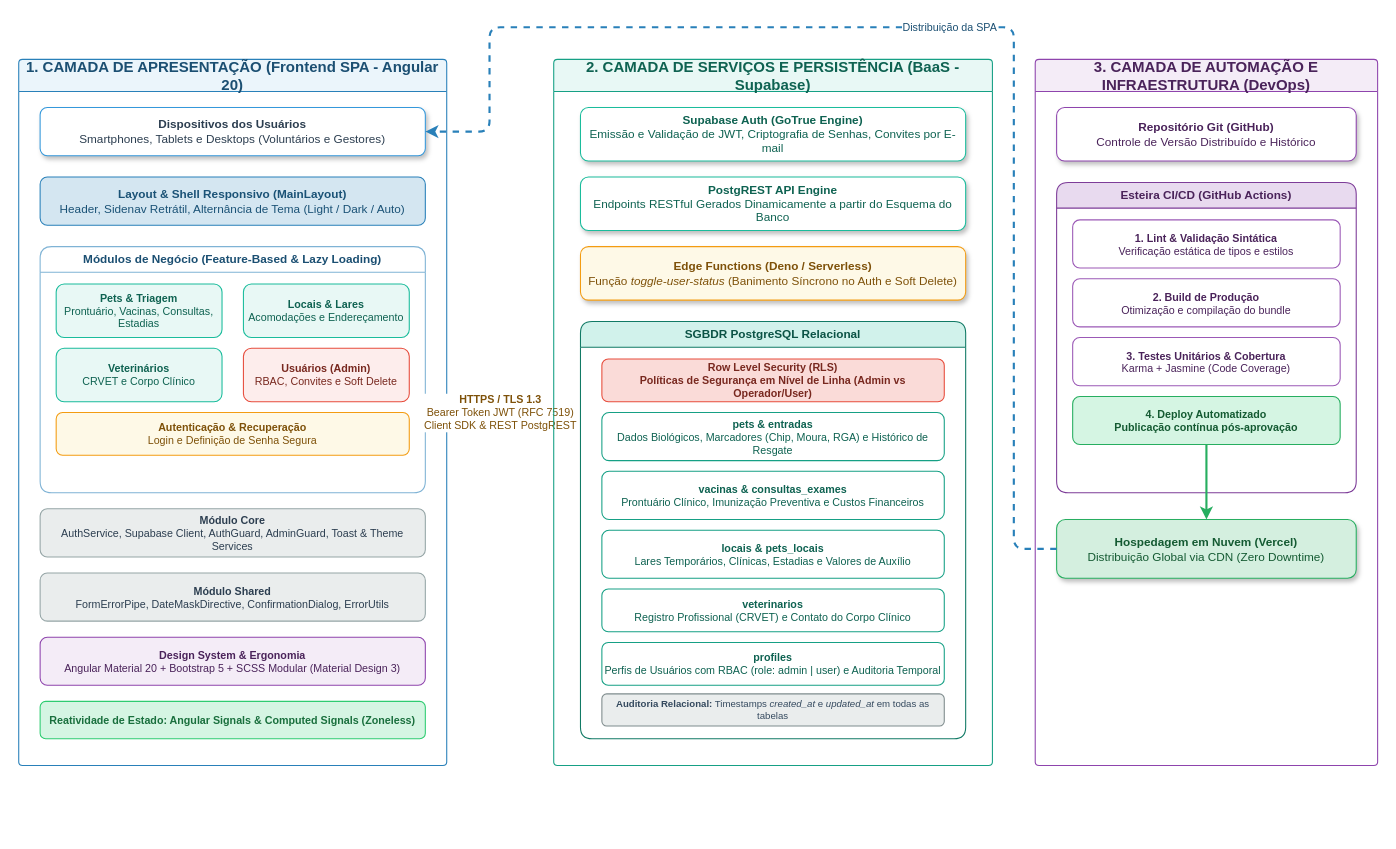
Earlier version of the draw.io diagram docs/Arquitetura do sistema.drawio (brunnokerber/frontend-tcc). Source tidied: cells renumbered, new cells numbered last; positions are measured from the earlier drawing's top-left corner, leaving out a move shared by most shapes. Both pictures are drawn from the tidied source at 107%, with x=0, y=0 at pixel (18, 27).
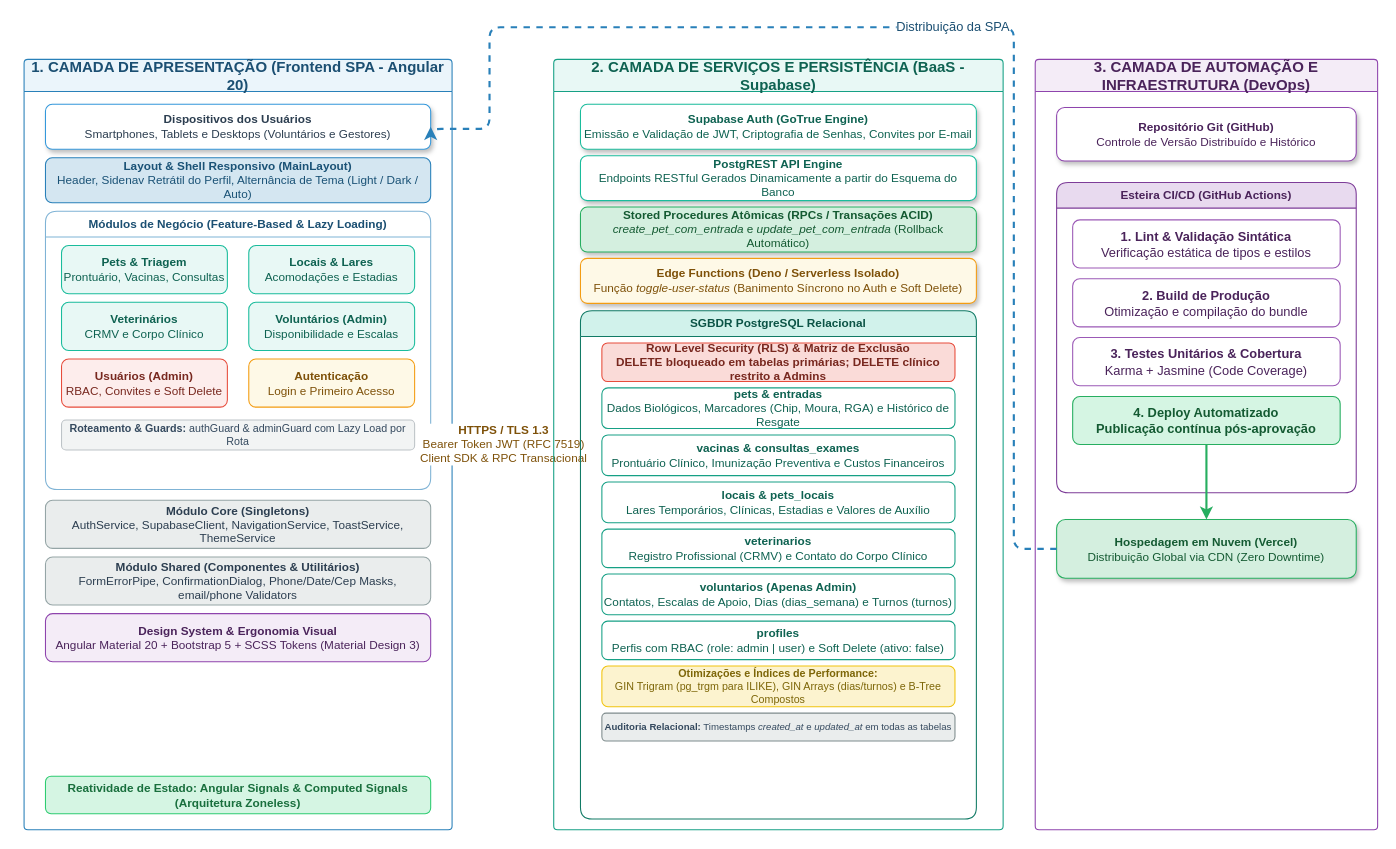
Above is the later version.

The change refers to these unchanged cells:
```xml
<mxCell id="30" value="Esteira CI/CD (GitHub Actions)" style="swimlane;whiteSpace=wrap;html=1;fillColor=#E8DAEF;strokeColor=#7D3C98;fontSize=11;fontStyle=1;fontColor=#4A235A;startSize=24;rounded=1;" parent="28" vertex="1">
  <mxGeometry x="20" y="115" width="280" height="290" as="geometry" />
</mxCell>
<mxCell id="35" value="&lt;b&gt;Hospedagem em Nuvem (Vercel)&lt;/b&gt;&lt;br&gt;Distribuição Global via CDN (Zero Downtime)" style="rounded=1;whiteSpace=wrap;html=1;fillColor=#D4EFDF;strokeColor=#27AE60;fontSize=11;fontColor=#145A32;shadow=1;" parent="28" vertex="1">
  <mxGeometry x="20" y="430" width="280" height="55" as="geometry" />
</mxCell>
```

Diff of the diagram source:
```diff
@@
     <mxCell id="2" value="1. CAMADA DE APRESENTAÇÃO (Frontend SPA - Angular 20)" style="swimlane;whiteSpace=wrap;html=1;fillColor=#EBF5FB;strokeColor=#2980B9;fontSize=14;fontStyle=1;fontColor=#1B4F72;startSize=30;rounded=1;arcSize=4;" parent="1" vertex="1">
-      <mxGeometry y="30" width="400" height="660" as="geometry" />
+      <mxGeometry x="5" y="30" width="400" height="720" as="geometry" />
     </mxCell>
     <mxCell id="3" value="&lt;b&gt;Dispositivos dos Usuários&lt;/b&gt;&lt;br&gt;Smartphones, Tablets e Desktops (Voluntários e Gestores)" style="rounded=1;whiteSpace=wrap;html=1;fillColor=#FFFFFF;strokeColor=#3498DB;fontColor=#2C3E50;fontSize=11;shadow=1;" parent="2" vertex="1">
-      <mxGeometry x="20" y="45" width="360" height="45" as="geometry" />
+      <mxGeometry x="20" y="42" width="360" height="42" as="geometry" />
     </mxCell>
-    <mxCell id="4" value="&lt;b&gt;Layout &amp;amp; Shell Responsivo (MainLayout)&lt;/b&gt;&lt;br&gt;Header, Sidenav Retrátil, Alternância de Tema (Light / Dark / Auto)" style="rounded=1;whiteSpace=wrap;html=1;fillColor=#D4E6F1;strokeColor=#2980B9;fontColor=#1A5276;fontSize=11;" parent="2" vertex="1">
-      <mxGeometry x="20" y="110" width="360" height="45" as="geometry" />
+    <mxCell id="4" value="&lt;b&gt;Layout &amp;amp; Shell Responsivo (MainLayout)&lt;/b&gt;&lt;br&gt;Header, Sidenav Retrátil do Perfil, Alternância de Tema (Light / Dark / Auto)" style="rounded=1;whiteSpace=wrap;html=1;fillColor=#D4E6F1;strokeColor=#2980B9;fontColor=#1A5276;fontSize=11;" parent="2" vertex="1">
+      <mxGeometry x="20" y="92" width="360" height="42" as="geometry" />
     </mxCell>
     <mxCell id="5" value="Módulos de Negócio (Feature-Based &amp;amp; Lazy Loading)" style="swimlane;whiteSpace=wrap;html=1;fillColor=#FFFFFF;strokeColor=#7FB3D5;fontSize=11;fontStyle=1;fontColor=#1B4F72;startSize=24;rounded=1;" parent="2" vertex="1">
-      <mxGeometry x="20" y="175" width="360" height="230" as="geometry" />
+      <mxGeometry x="20" y="142" width="360" height="260" as="geometry" />
     </mxCell>
-    <mxCell id="6" value="&lt;b&gt;Pets &amp;amp; Triagem&lt;/b&gt;&lt;br&gt;Prontuário, Vacinas, Consultas, Estadias" style="rounded=1;whiteSpace=wrap;html=1;fillColor=#E8F8F5;strokeColor=#1ABC9C;fontSize=10;fontColor=#0E6251;" parent="5" vertex="1">
-      <mxGeometry x="15" y="35" width="155" height="50" as="geometry" />
+    <mxCell id="6" value="&lt;b&gt;Pets &amp;amp; Triagem&lt;/b&gt;&lt;br&gt;Prontuário, Vacinas, Consultas" style="rounded=1;whiteSpace=wrap;html=1;fillColor=#E8F8F5;strokeColor=#1ABC9C;fontSize=11;fontColor=#0E6251;" parent="5" vertex="1">
+      <mxGeometry x="15" y="32" width="155" height="45" as="geometry" />
     </mxCell>
-    <mxCell id="7" value="&lt;b&gt;Locais &amp;amp; Lares&lt;/b&gt;&lt;br&gt;Acomodações e Endereçamento" style="rounded=1;whiteSpace=wrap;html=1;fillColor=#E8F8F5;strokeColor=#1ABC9C;fontSize=10;fontColor=#0E6251;" parent="5" vertex="1">
-      <mxGeometry x="190" y="35" width="155" height="50" as="geometry" />
+    <mxCell id="7" value="&lt;b&gt;Locais &amp;amp; Lares&lt;/b&gt;&lt;br&gt;Acomodações e Estadias" style="rounded=1;whiteSpace=wrap;html=1;fillColor=#E8F8F5;strokeColor=#1ABC9C;fontSize=11;fontColor=#0E6251;" parent="5" vertex="1">
+      <mxGeometry x="190" y="32" width="155" height="45" as="geometry" />
     </mxCell>
-    <mxCell id="8" value="&lt;b&gt;Veterinários&lt;/b&gt;&lt;br&gt;CRVET e Corpo Clínico" style="rounded=1;whiteSpace=wrap;html=1;fillColor=#E8F8F5;strokeColor=#1ABC9C;fontSize=10;fontColor=#0E6251;" parent="5" vertex="1">
-      <mxGeometry x="15" y="95" width="155" height="50" as="geometry" />
+    <mxCell id="8" value="&lt;b&gt;Veterinários&lt;/b&gt;&lt;br&gt;CRMV e Corpo Clínico" style="rounded=1;whiteSpace=wrap;html=1;fillColor=#E8F8F5;strokeColor=#1ABC9C;fontSize=11;fontColor=#0E6251;" parent="5" vertex="1">
+      <mxGeometry x="15" y="85" width="155" height="45" as="geometry" />
     </mxCell>
+    <mxCell id="38" value="&lt;b&gt;Voluntários (Admin)&lt;/b&gt;&lt;br&gt;Disponibilidade e Escalas" style="rounded=1;whiteSpace=wrap;html=1;fillColor=#E8F8F5;strokeColor=#1ABC9C;fontSize=11;fontColor=#0E6251;" parent="5" vertex="1">
+      <mxGeometry x="190" y="85" width="155" height="45" as="geometry" />
+    </mxCell>
-    <mxCell id="9" value="&lt;b&gt;Usuários (Admin)&lt;/b&gt;&lt;br&gt;RBAC, Convites e Soft Delete" style="rounded=1;whiteSpace=wrap;html=1;fillColor=#FDEDEC;strokeColor=#E74C3C;fontSize=10;fontColor=#78281F;" parent="5" vertex="1">
-      <mxGeometry x="190" y="95" width="155" height="50" as="geometry" />
+    <mxCell id="9" value="&lt;b&gt;Usuários (Admin)&lt;/b&gt;&lt;br&gt;RBAC, Convites e Soft Delete" style="rounded=1;whiteSpace=wrap;html=1;fillColor=#FDEDEC;strokeColor=#E74C3C;fontSize=11;fontColor=#78281F;" parent="5" vertex="1">
+      <mxGeometry x="15" y="138" width="155" height="45" as="geometry" />
     </mxCell>
-    <mxCell id="10" value="&lt;b&gt;Autenticação &amp;amp; Recuperação&lt;/b&gt;&lt;br&gt;Login e Definição de Senha Segura" style="rounded=1;whiteSpace=wrap;html=1;fillColor=#FEF9E7;strokeColor=#F39C12;fontSize=10;fontColor=#7E5109;" parent="5" vertex="1">
-      <mxGeometry x="15" y="155" width="330" height="40" as="geometry" />
+    <mxCell id="10" value="&lt;b&gt;Autenticação&lt;/b&gt;&lt;br&gt;Login e Primeiro Acesso" style="rounded=1;whiteSpace=wrap;html=1;fillColor=#FEF9E7;strokeColor=#F39C12;fontSize=11;fontColor=#7E5109;" parent="5" vertex="1">
+      <mxGeometry x="190" y="138" width="155" height="45" as="geometry" />
     </mxCell>
+    <mxCell id="39" value="&lt;b&gt;Roteamento &amp;amp; Guards:&lt;/b&gt; authGuard &amp;amp; adminGuard com Lazy Load por Rota" style="rounded=1;whiteSpace=wrap;html=1;fillColor=#F2F4F4;strokeColor=#BDC3C7;fontSize=10;fontColor=#34495E;" parent="5" vertex="1">
+      <mxGeometry x="15" y="195" width="330" height="28" as="geometry" />
+    </mxCell>
-    <mxCell id="11" value="&lt;b&gt;Módulo Core&lt;/b&gt;&lt;br&gt;AuthService, Supabase Client, AuthGuard, AdminGuard, Toast &amp;amp; Theme Services" style="rounded=1;whiteSpace=wrap;html=1;fillColor=#EAEDED;strokeColor=#95A5A6;fontSize=10;fontColor=#2C3E50;" parent="2" vertex="1">
-      <mxGeometry x="20" y="420" width="360" height="45" as="geometry" />
+    <mxCell id="11" value="&lt;b&gt;Módulo Core (Singletons)&lt;/b&gt;&lt;br&gt;AuthService, SupabaseClient, NavigationService, ToastService, ThemeService" style="rounded=1;whiteSpace=wrap;html=1;fillColor=#EAEDED;strokeColor=#95A5A6;fontSize=11;fontColor=#2C3E50;" parent="2" vertex="1">
+      <mxGeometry x="20" y="412" width="360" height="45" as="geometry" />
     </mxCell>
-    <mxCell id="12" value="&lt;b&gt;Módulo Shared&lt;/b&gt;&lt;br&gt;FormErrorPipe, DateMaskDirective, ConfirmationDialog, ErrorUtils" style="rounded=1;whiteSpace=wrap;html=1;fillColor=#EAEDED;strokeColor=#95A5A6;fontSize=10;fontColor=#2C3E50;" parent="2" vertex="1">
-      <mxGeometry x="20" y="480" width="360" height="45" as="geometry" />
+    <mxCell id="12" value="&lt;b&gt;Módulo Shared (Componentes &amp;amp; Utilitários)&lt;/b&gt;&lt;br&gt;FormErrorPipe, ConfirmationDialog, Phone/Date/Cep Masks, email/phone Validators" style="rounded=1;whiteSpace=wrap;html=1;fillColor=#EAEDED;strokeColor=#95A5A6;fontSize=11;fontColor=#2C3E50;" parent="2" vertex="1">
+      <mxGeometry x="20" y="465" width="360" height="45" as="geometry" />
     </mxCell>
-    <mxCell id="13" value="&lt;b&gt;Design System &amp;amp; Ergonomia&lt;/b&gt;&lt;br&gt;Angular Material 20 + Bootstrap 5 + SCSS Modular (Material Design 3)" style="rounded=1;whiteSpace=wrap;html=1;fillColor=#F4ECF7;strokeColor=#8E44AD;fontSize=10;fontColor=#4A235A;" parent="2" vertex="1">
-      <mxGeometry x="20" y="540" width="360" height="45" as="geometry" />
+    <mxCell id="13" value="&lt;b&gt;Design System &amp;amp; Ergonomia Visual&lt;/b&gt;&lt;br&gt;Angular Material 20 + Bootstrap 5 + SCSS Tokens (Material Design 3)" style="rounded=1;whiteSpace=wrap;html=1;fillColor=#F4ECF7;strokeColor=#8E44AD;fontSize=11;fontColor=#4A235A;" parent="2" vertex="1">
+      <mxGeometry x="20" y="518" width="360" height="45" as="geometry" />
     </mxCell>
-    <mxCell id="14" value="&lt;b&gt;Reatividade de Estado:&lt;/b&gt; Angular Signals &amp;amp; Computed Signals (Zoneless)" style="rounded=1;whiteSpace=wrap;html=1;fillColor=#D5F5E3;strokeColor=#2ECC71;fontSize=10;fontColor=#196F3D;fontStyle=1;" parent="2" vertex="1">
-      <mxGeometry x="20" y="600" width="360" height="35" as="geometry" />
+    <mxCell id="14" value="&lt;b&gt;Reatividade de Estado:&lt;/b&gt; Angular Signals &amp;amp; Computed Signals (Arquitetura Zoneless)" style="rounded=1;whiteSpace=wrap;html=1;fillColor=#D5F5E3;strokeColor=#2ECC71;fontSize=11;fontColor=#196F3D;fontStyle=1;" parent="2" vertex="1">
+      <mxGeometry x="20" y="670" width="360" height="35" as="geometry" />
     </mxCell>
-    <mxCell id="15" value="&lt;b&gt;HTTPS / TLS 1.3&lt;/b&gt;&lt;br&gt;Bearer Token JWT (RFC 7519)&lt;br&gt;Client SDK &amp;amp; REST PostgREST" style="shape=flexArrow;endArrow=classic;startArrow=classic;html=1;fillColor=#FAD7A0;strokeColor=#D68910;fontSize=10;fontColor=#7E5109;rounded=1;align=center;" parent="1" edge="1" source="2" target="16">
+    <mxCell id="15" value="&lt;b&gt;HTTPS / TLS 1.3&lt;/b&gt;&lt;br&gt;Bearer Token JWT (RFC 7519)&lt;br&gt;Client SDK &amp;amp; RPC Transacional" style="shape=flexArrow;endArrow=classic;startArrow=classic;html=1;fillColor=#FAD7A0;strokeColor=#D68910;fontSize=11;fontColor=#7E5109;rounded=1;align=center;" parent="1" edge="1" source="2" target="16">
       <mxGeometry relative="1" as="geometry" />
     </mxCell>
     <mxCell id="16" value="2. CAMADA DE SERVIÇOS E PERSISTÊNCIA (BaaS - Supabase)" style="swimlane;whiteSpace=wrap;html=1;fillColor=#E8F8F5;strokeColor=#16A085;fontSize=14;fontStyle=1;fontColor=#0E6251;startSize=30;rounded=1;arcSize=4;" parent="1" vertex="1">
-      <mxGeometry x="500" y="30" width="410" height="660" as="geometry" />
+      <mxGeometry x="500" y="30" width="420" height="720" as="geometry" />
     </mxCell>
     <mxCell id="17" value="&lt;b&gt;Supabase Auth (GoTrue Engine)&lt;/b&gt;&lt;br&gt;Emissão e Validação de JWT, Criptografia de Senhas, Convites por E-mail" style="rounded=1;whiteSpace=wrap;html=1;fillColor=#FFFFFF;strokeColor=#1ABC9C;fontSize=11;fontColor=#0E6251;shadow=1;" parent="16" vertex="1">
-      <mxGeometry x="25" y="45" width="360" height="50" as="geometry" />
+      <mxGeometry x="25" y="42" width="370" height="42" as="geometry" />
     </mxCell>
     <mxCell id="18" value="&lt;b&gt;PostgREST API Engine&lt;/b&gt;&lt;br&gt;Endpoints RESTful Gerados Dinamicamente a partir do Esquema do Banco" style="rounded=1;whiteSpace=wrap;html=1;fillColor=#FFFFFF;strokeColor=#1ABC9C;fontSize=11;fontColor=#0E6251;shadow=1;" parent="16" vertex="1">
-      <mxGeometry x="25" y="110" width="360" height="50" as="geometry" />
+      <mxGeometry x="25" y="90" width="370" height="42" as="geometry" />
     </mxCell>
+    <mxCell id="40" value="&lt;b&gt;Stored Procedures Atômicas (RPCs / Transações ACID)&lt;/b&gt;&lt;br&gt;&lt;i&gt;create_pet_com_entrada&lt;/i&gt; e &lt;i&gt;update_pet_com_entrada&lt;/i&gt; (Rollback Automático)" style="rounded=1;whiteSpace=wrap;html=1;fillColor=#D4EFDF;strokeColor=#27AE60;fontSize=11;fontColor=#145A32;shadow=1;" parent="16" vertex="1">
+      <mxGeometry x="25" y="138" width="370" height="42" as="geometry" />
+    </mxCell>
-    <mxCell id="19" value="&lt;b&gt;Edge Functions (Deno / Serverless)&lt;/b&gt;&lt;br&gt;Função &lt;i&gt;toggle-user-status&lt;/i&gt; (Banimento Síncrono no Auth e Soft Delete)" style="rounded=1;whiteSpace=wrap;html=1;fillColor=#FEF9E7;strokeColor=#F39C12;fontSize=11;fontColor=#7E5109;shadow=1;" parent="16" vertex="1">
-      <mxGeometry x="25" y="175" width="360" height="50" as="geometry" />
+    <mxCell id="19" value="&lt;b&gt;Edge Functions (Deno / Serverless Isolado)&lt;/b&gt;&lt;br&gt;Função &lt;i&gt;toggle-user-status&lt;/i&gt; (Banimento Síncrono no Auth e Soft Delete)" style="rounded=1;whiteSpace=wrap;html=1;fillColor=#FEF9E7;strokeColor=#F39C12;fontSize=11;fontColor=#7E5109;shadow=1;" parent="16" vertex="1">
+      <mxGeometry x="25" y="186" width="370" height="42" as="geometry" />
     </mxCell>
     <mxCell id="20" value="SGBDR PostgreSQL Relacional" style="swimlane;whiteSpace=wrap;html=1;fillColor=#D1F2EB;strokeColor=#117A65;fontSize=11;fontStyle=1;fontColor=#0B5345;startSize=24;rounded=1;" parent="16" vertex="1">
-      <mxGeometry x="25" y="245" width="360" height="390" as="geometry" />
+      <mxGeometry x="25" y="235" width="370" height="475" as="geometry" />
     </mxCell>
-    <mxCell id="21" value="&lt;b&gt;Row Level Security (RLS)&lt;/b&gt;&lt;br&gt;Políticas de Segurança em Nível de Linha (Admin vs Operador/User)" style="rounded=1;whiteSpace=wrap;html=1;fillColor=#FADBD8;strokeColor=#E74C3C;fontSize=10;fontColor=#78281F;fontStyle=1;" parent="20" vertex="1">
-      <mxGeometry x="20" y="35" width="320" height="40" as="geometry" />
+    <mxCell id="21" value="&lt;b&gt;Row Level Security (RLS) &amp;amp; Matriz de Exclusão&lt;/b&gt;&lt;br&gt;DELETE bloqueado em tabelas primárias; DELETE clínico restrito a Admins" style="rounded=1;whiteSpace=wrap;html=1;fillColor=#FADBD8;strokeColor=#E74C3C;fontSize=11;fontColor=#78281F;fontStyle=1;" parent="20" vertex="1">
+      <mxGeometry x="20" y="30" width="330" height="36" as="geometry" />
     </mxCell>
-    <mxCell id="22" value="&lt;b&gt;pets &amp;amp; entradas&lt;/b&gt;&lt;br&gt;Dados Biológicos, Marcadores (Chip, Moura, RGA) e Histórico de Resgate" style="rounded=1;whiteSpace=wrap;html=1;fillColor=#FFFFFF;strokeColor=#16A085;fontSize=10;fontColor=#0E6251;" parent="20" vertex="1">
-      <mxGeometry x="20" y="85" width="320" height="45" as="geometry" />
+    <mxCell id="22" value="&lt;b&gt;pets &amp;amp; entradas&lt;/b&gt;&lt;br&gt;Dados Biológicos, Marcadores (Chip, Moura, RGA) e Histórico de Resgate" style="rounded=1;whiteSpace=wrap;html=1;fillColor=#FFFFFF;strokeColor=#16A085;fontSize=11;fontColor=#0E6251;" parent="20" vertex="1">
+      <mxGeometry x="20" y="72" width="330" height="38" as="geometry" />
     </mxCell>
-    <mxCell id="23" value="&lt;b&gt;vacinas &amp;amp; consultas_exames&lt;/b&gt;&lt;br&gt;Prontuário Clínico, Imunização Preventiva e Custos Financeiros" style="rounded=1;whiteSpace=wrap;html=1;fillColor=#FFFFFF;strokeColor=#16A085;fontSize=10;fontColor=#0E6251;" parent="20" vertex="1">
-      <mxGeometry x="20" y="140" width="320" height="45" as="geometry" />
+    <mxCell id="23" value="&lt;b&gt;vacinas &amp;amp; consultas_exames&lt;/b&gt;&lt;br&gt;Prontuário Clínico, Imunização Preventiva e Custos Financeiros" style="rounded=1;whiteSpace=wrap;html=1;fillColor=#FFFFFF;strokeColor=#16A085;fontSize=11;fontColor=#0E6251;" parent="20" vertex="1">
+      <mxGeometry x="20" y="116" width="330" height="38" as="geometry" />
     </mxCell>
-    <mxCell id="24" value="&lt;b&gt;locais &amp;amp; pets_locais&lt;/b&gt;&lt;br&gt;Lares Temporários, Clínicas, Estadias e Valores de Auxílio" style="rounded=1;whiteSpace=wrap;html=1;fillColor=#FFFFFF;strokeColor=#16A085;fontSize=10;fontColor=#0E6251;" parent="20" vertex="1">
-      <mxGeometry x="20" y="195" width="320" height="45" as="geometry" />
+    <mxCell id="24" value="&lt;b&gt;locais &amp;amp; pets_locais&lt;/b&gt;&lt;br&gt;Lares Temporários, Clínicas, Estadias e Valores de Auxílio" style="rounded=1;whiteSpace=wrap;html=1;fillColor=#FFFFFF;strokeColor=#16A085;fontSize=11;fontColor=#0E6251;" parent="20" vertex="1">
+      <mxGeometry x="20" y="160" width="330" height="38" as="geometry" />
     </mxCell>
-    <mxCell id="25" value="&lt;b&gt;veterinarios&lt;/b&gt;&lt;br&gt;Registro Profissional (CRVET) e Contato do Corpo Clínico" style="rounded=1;whiteSpace=wrap;html=1;fillColor=#FFFFFF;strokeColor=#16A085;fontSize=10;fontColor=#0E6251;" parent="20" vertex="1">
-      <mxGeometry x="20" y="250" width="320" height="40" as="geometry" />
+    <mxCell id="25" value="&lt;b&gt;veterinarios&lt;/b&gt;&lt;br&gt;Registro Profissional (CRMV) e Contato do Corpo Clínico" style="rounded=1;whiteSpace=wrap;html=1;fillColor=#FFFFFF;strokeColor=#16A085;fontSize=11;fontColor=#0E6251;" parent="20" vertex="1">
+      <mxGeometry x="20" y="204" width="330" height="36" as="geometry" />
     </mxCell>
+    <mxCell id="41" value="&lt;b&gt;voluntarios (Apenas Admin)&lt;/b&gt;&lt;br&gt;Contatos, Escalas de Apoio, Dias (dias_semana) e Turnos (turnos)" style="rounded=1;whiteSpace=wrap;html=1;fillColor=#FFFFFF;strokeColor=#16A085;fontSize=11;fontColor=#0E6251;" parent="20" vertex="1">
+      <mxGeometry x="20" y="246" width="330" height="38" as="geometry" />
+    </mxCell>
-    <mxCell id="26" value="&lt;b&gt;profiles&lt;/b&gt;&lt;br&gt;Perfis de Usuários com RBAC (role: admin | user) e Auditoria Temporal" style="rounded=1;whiteSpace=wrap;html=1;fillColor=#FFFFFF;strokeColor=#16A085;fontSize=10;fontColor=#0E6251;" parent="20" vertex="1">
-      <mxGeometry x="20" y="300" width="320" height="40" as="geometry" />
+    <mxCell id="26" value="&lt;b&gt;profiles&lt;/b&gt;&lt;br&gt;Perfis com RBAC (role: admin | user) e Soft Delete (ativo: false)" style="rounded=1;whiteSpace=wrap;html=1;fillColor=#FFFFFF;strokeColor=#16A085;fontSize=11;fontColor=#0E6251;" parent="20" vertex="1">
+      <mxGeometry x="20" y="290" width="330" height="36" as="geometry" />
     </mxCell>
+    <mxCell id="42" value="&lt;b&gt;Otimizações e Índices de Performance:&lt;/b&gt;&lt;br&gt;GIN Trigram (pg_trgm para ILIKE), GIN Arrays (dias/turnos) e B-Tree Compostos" style="rounded=1;whiteSpace=wrap;html=1;fillColor=#FCF3CF;strokeColor=#F1C40F;fontSize=10;fontColor=#7D6608;" parent="20" vertex="1">
+      <mxGeometry x="20" y="332" width="330" height="38" as="geometry" />
+    </mxCell>
     <mxCell id="27" value="&lt;b&gt;Auditoria Relacional:&lt;/b&gt; Timestamps &lt;i&gt;created_at&lt;/i&gt; e &lt;i&gt;updated_at&lt;/i&gt; em todas as tabelas" style="rounded=1;whiteSpace=wrap;html=1;fillColor=#EAEDED;strokeColor=#7F8C8D;fontSize=9;fontColor=#34495E;" parent="20" vertex="1">
-      <mxGeometry x="20" y="348" width="320" height="30" as="geometry" />
+      <mxGeometry x="20" y="376" width="330" height="26" as="geometry" />
     </mxCell>
     <mxCell id="28" value="3. CAMADA DE AUTOMAÇÃO E INFRAESTRUTURA (DevOps)" style="swimlane;whiteSpace=wrap;html=1;fillColor=#F4ECF7;strokeColor=#8E44AD;fontSize=14;fontStyle=1;fontColor=#4A235A;startSize=30;rounded=1;arcSize=4;" parent="1" vertex="1">
-      <mxGeometry x="950" y="30" width="320" height="660" as="geometry" />
+      <mxGeometry x="950" y="30" width="320" height="720" as="geometry" />
     </mxCell>
@@
-    <mxCell id="31" value="&lt;b&gt;1. Lint &amp;amp; Validação Sintática&lt;/b&gt;&lt;br&gt;Verificação estática de tipos e estilos" style="rounded=1;whiteSpace=wrap;html=1;fillColor=#FFFFFF;strokeColor=#9B59B6;fontSize=10;fontColor=#4A235A;" parent="30" vertex="1">
+    <mxCell id="31" value="&lt;b&gt;1. Lint &amp;amp; Validação Sintática&lt;/b&gt;&lt;br&gt;Verificação estática de tipos e estilos" style="rounded=1;whiteSpace=wrap;html=1;fillColor=#FFFFFF;strokeColor=#9B59B6;fontSize=12;fontColor=#4A235A;" parent="30" vertex="1">
       <mxGeometry x="15" y="35" width="250" height="45" as="geometry" />
     </mxCell>
-    <mxCell id="32" value="&lt;b&gt;2. Build de Produção&lt;/b&gt;&lt;br&gt;Otimização e compilação do bundle" style="rounded=1;whiteSpace=wrap;html=1;fillColor=#FFFFFF;strokeColor=#9B59B6;fontSize=10;fontColor=#4A235A;" parent="30" vertex="1">
+    <mxCell id="32" value="&lt;b&gt;2. Build de Produção&lt;/b&gt;&lt;br&gt;Otimização e compilação do bundle" style="rounded=1;whiteSpace=wrap;html=1;fillColor=#FFFFFF;strokeColor=#9B59B6;fontSize=12;fontColor=#4A235A;" parent="30" vertex="1">
       <mxGeometry x="15" y="90" width="250" height="45" as="geometry" />
     </mxCell>
-    <mxCell id="33" value="&lt;b&gt;3. Testes Unitários &amp;amp; Cobertura&lt;/b&gt;&lt;br&gt;Karma + Jasmine (Code Coverage)" style="rounded=1;whiteSpace=wrap;html=1;fillColor=#FFFFFF;strokeColor=#9B59B6;fontSize=10;fontColor=#4A235A;" parent="30" vertex="1">
+    <mxCell id="33" value="&lt;b&gt;3. Testes Unitários &amp;amp; Cobertura&lt;/b&gt;&lt;br&gt;Karma + Jasmine (Code Coverage)" style="rounded=1;whiteSpace=wrap;html=1;fillColor=#FFFFFF;strokeColor=#9B59B6;fontSize=12;fontColor=#4A235A;" parent="30" vertex="1">
       <mxGeometry x="15" y="145" width="250" height="45" as="geometry" />
     </mxCell>
-    <mxCell id="34" value="&lt;b&gt;4. Deploy Automatizado&lt;/b&gt;&lt;br&gt;Publicação contínua pós-aprovação" style="rounded=1;whiteSpace=wrap;html=1;fillColor=#D5F5E3;strokeColor=#27AE60;fontSize=10;fontColor=#145A32;fontStyle=1;" parent="30" vertex="1">
+    <mxCell id="34" value="&lt;b&gt;4. Deploy Automatizado&lt;/b&gt;&lt;br&gt;Publicação contínua pós-aprovação" style="rounded=1;whiteSpace=wrap;html=1;fillColor=#D5F5E3;strokeColor=#27AE60;fontSize=12;fontColor=#145A32;fontStyle=1;" parent="30" vertex="1">
       <mxGeometry x="15" y="200" width="250" height="45" as="geometry" />
     </mxCell>
@@
-    <mxCell id="37" value="Distribuição da SPA" style="edgeStyle=orthogonalEdgeStyle;rounded=1;jettySize=auto;html=1;exitX=0;exitY=0.5;exitDx=0;exitDy=0;entryX=1;entryY=0.5;entryDx=0;entryDy=0;strokeColor=#2980B9;strokeWidth=2;dashed=1;fontSize=10;fontColor=#1B4F72;" parent="1" edge="1" source="35" target="3">
+    <mxCell id="37" value="Distribuição da SPA" style="edgeStyle=orthogonalEdgeStyle;rounded=1;jettySize=auto;html=1;exitX=0;exitY=0.5;exitDx=0;exitDy=0;entryX=1;entryY=0.5;entryDx=0;entryDy=0;strokeColor=#2980B9;strokeWidth=2;dashed=1;fontSize=12;fontColor=#1B4F72;" parent="1" edge="1" source="35" target="3">
       <mxGeometry relative="1" as="geometry">
         <Array as="points">
           <mxPoint x="930" y="488" />
           <mxPoint x="930" />
           <mxPoint x="440" />
-          <mxPoint x="440" y="98" />
+          <mxPoint x="440" y="95" />
         </Array>
       </mxGeometry>
     </mxCell>
```
